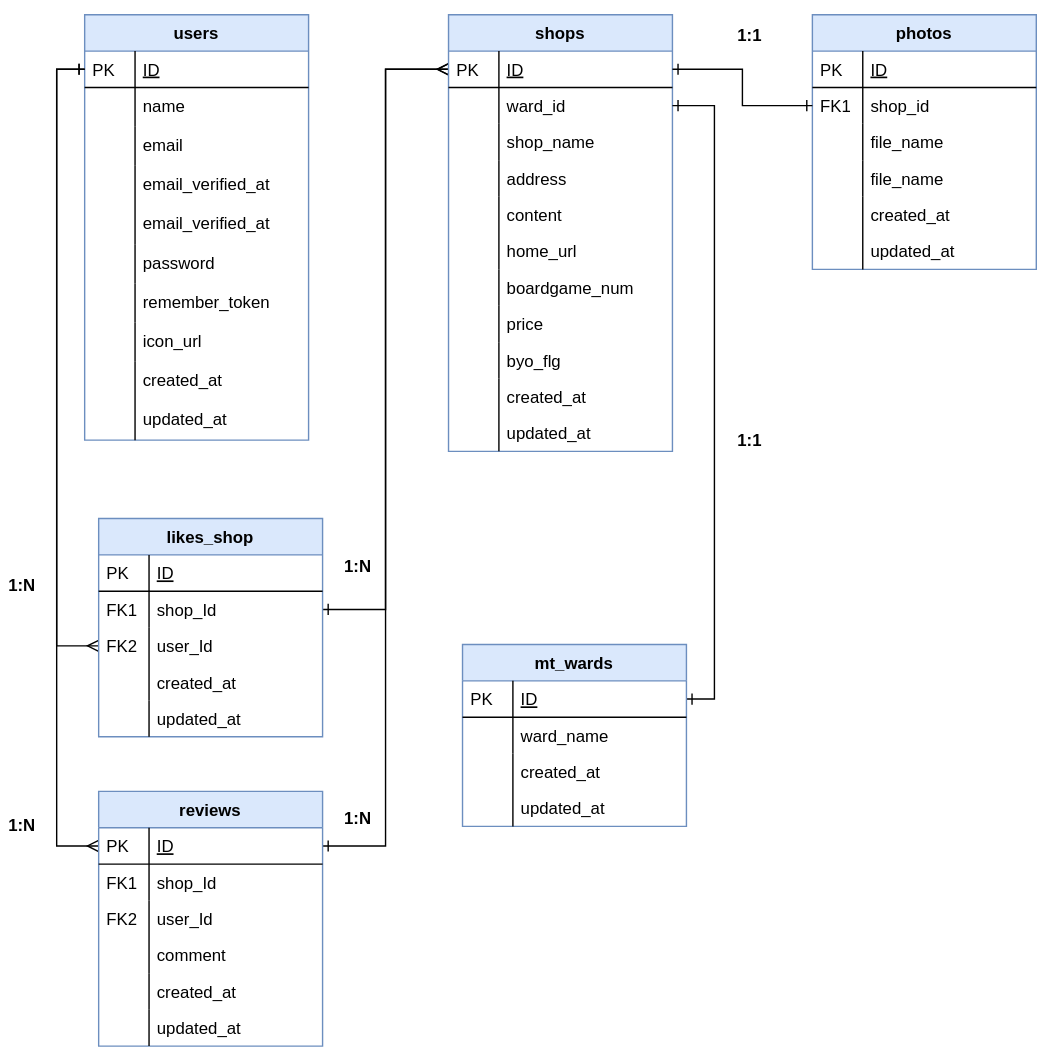
k-taiga/boardgame-reviews keeps this draw.io diagram as boardgame-reviews/doc/er.svg. Above is the earlier version. Source tidied: cells renumbered, new cells last; positions are measured from the earlier drawing's top-left corner, leaving out a move shared by most shapes.
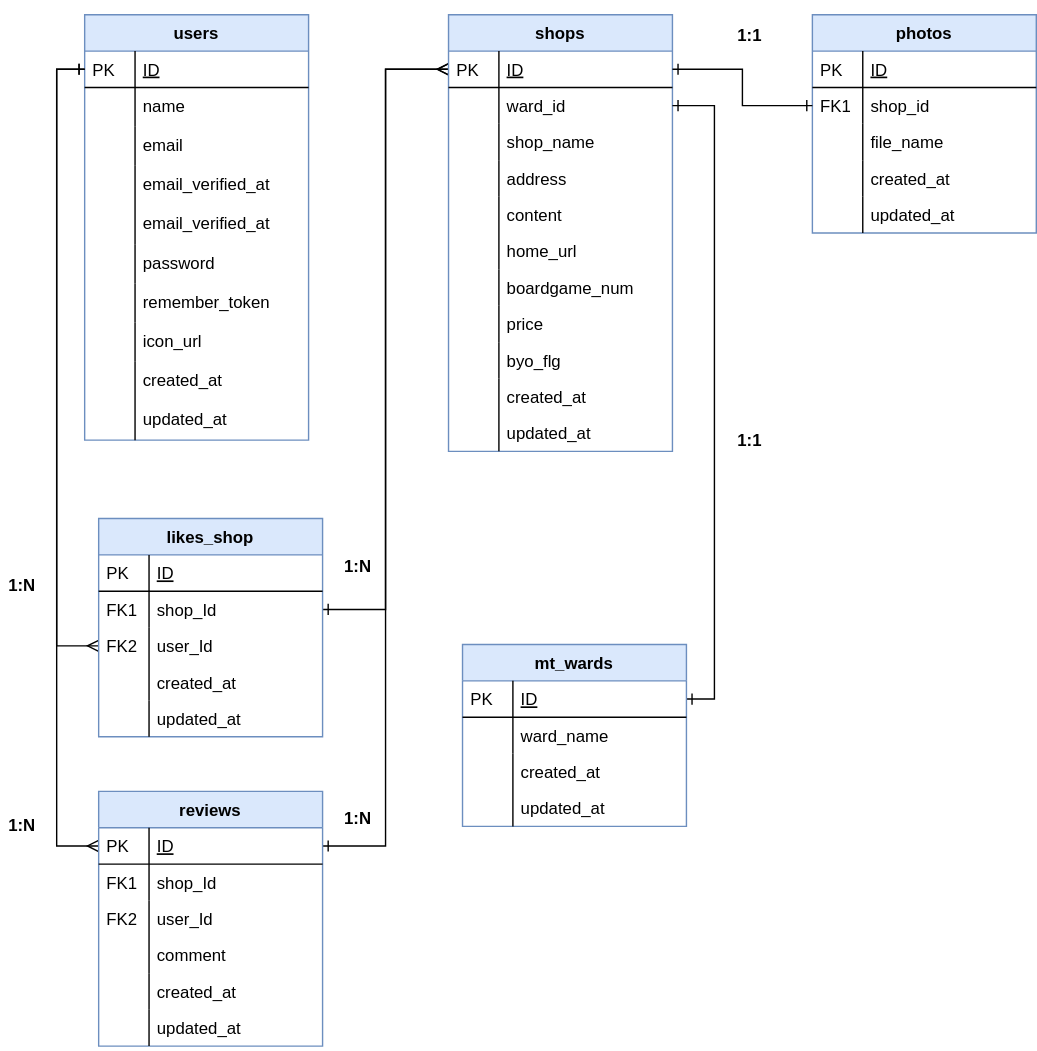
The same file after the commit.

Diff of the diagram source:
```diff
@@ -237,7 +237,7 @@
       <mxGeometry width="36" height="26" as="geometry" />
     </mxCell>
     <mxCell id="80" value="photos" style="swimlane;fontStyle=1;horizontal=1;startSize=26;rounded=0;shadow=0;strokeWidth=1;fillColor=#dae8fc;strokeColor=#6c8ebf;" parent="1" vertex="1">
-      <mxGeometry x="580" y="10" width="160" height="182" as="geometry" />
+      <mxGeometry x="580" y="10" width="160" height="156" as="geometry" />
     </mxCell>
     <mxCell id="81" value="ID" style="shape=partialRectangle;top=0;left=0;right=0;bottom=1;align=left;verticalAlign=top;fillColor=none;spacingLeft=40;spacingRight=4;overflow=hidden;rounded=0;shadow=0;strokeWidth=1;fontStyle=4;" parent="80" vertex="1">
       <mxGeometry y="26" width="160" height="26" as="geometry" />
@@ -257,20 +257,14 @@
     <mxCell id="86" style="shape=partialRectangle;top=0;left=0;bottom=0;fillColor=none;align=left;verticalAlign=top;spacingLeft=4;spacingRight=4;overflow=hidden;" parent="85" vertex="1">
       <mxGeometry width="36" height="26" as="geometry" />
     </mxCell>
-    <mxCell id="87" value="file_name" style="shape=partialRectangle;top=0;left=0;right=0;bottom=0;align=left;verticalAlign=top;fillColor=none;spacingLeft=40;spacingRight=4;overflow=hidden;rounded=0;shadow=0;strokeWidth=1;labelBorderColor=none;strokeColor=#000000;" parent="80" vertex="1">
-      <mxGeometry y="104" width="160" height="26" as="geometry" />
-    </mxCell>
-    <mxCell id="88" style="shape=partialRectangle;top=0;left=0;bottom=0;fillColor=none;align=left;verticalAlign=top;spacingLeft=4;spacingRight=4;overflow=hidden;" parent="87" vertex="1">
-      <mxGeometry width="36" height="26" as="geometry" />
-    </mxCell>
     <mxCell id="89" value="created_at" style="shape=partialRectangle;top=0;left=0;right=0;bottom=0;align=left;verticalAlign=top;fillColor=none;spacingLeft=40;spacingRight=4;overflow=hidden;rounded=0;shadow=0;strokeWidth=1;" parent="80" vertex="1">
-      <mxGeometry y="130" width="160" height="26" as="geometry" />
+      <mxGeometry y="104" width="160" height="26" as="geometry" />
     </mxCell>
     <mxCell id="90" style="shape=partialRectangle;top=0;left=0;bottom=0;fillColor=none;align=left;verticalAlign=top;spacingLeft=4;spacingRight=4;overflow=hidden;" parent="89" vertex="1">
       <mxGeometry width="36" height="26" as="geometry" />
     </mxCell>
     <mxCell id="91" value="updated_at" style="shape=partialRectangle;top=0;left=0;right=0;bottom=0;align=left;verticalAlign=top;fillColor=none;spacingLeft=40;spacingRight=4;overflow=hidden;rounded=0;shadow=0;strokeWidth=1;" parent="80" vertex="1">
-      <mxGeometry y="156" width="160" height="26" as="geometry" />
+      <mxGeometry y="130" width="160" height="26" as="geometry" />
     </mxCell>
     <mxCell id="92" style="shape=partialRectangle;top=0;left=0;bottom=0;fillColor=none;align=left;verticalAlign=top;spacingLeft=4;spacingRight=4;overflow=hidden;" parent="91" vertex="1">
       <mxGeometry width="36" height="26" as="geometry" />
```
